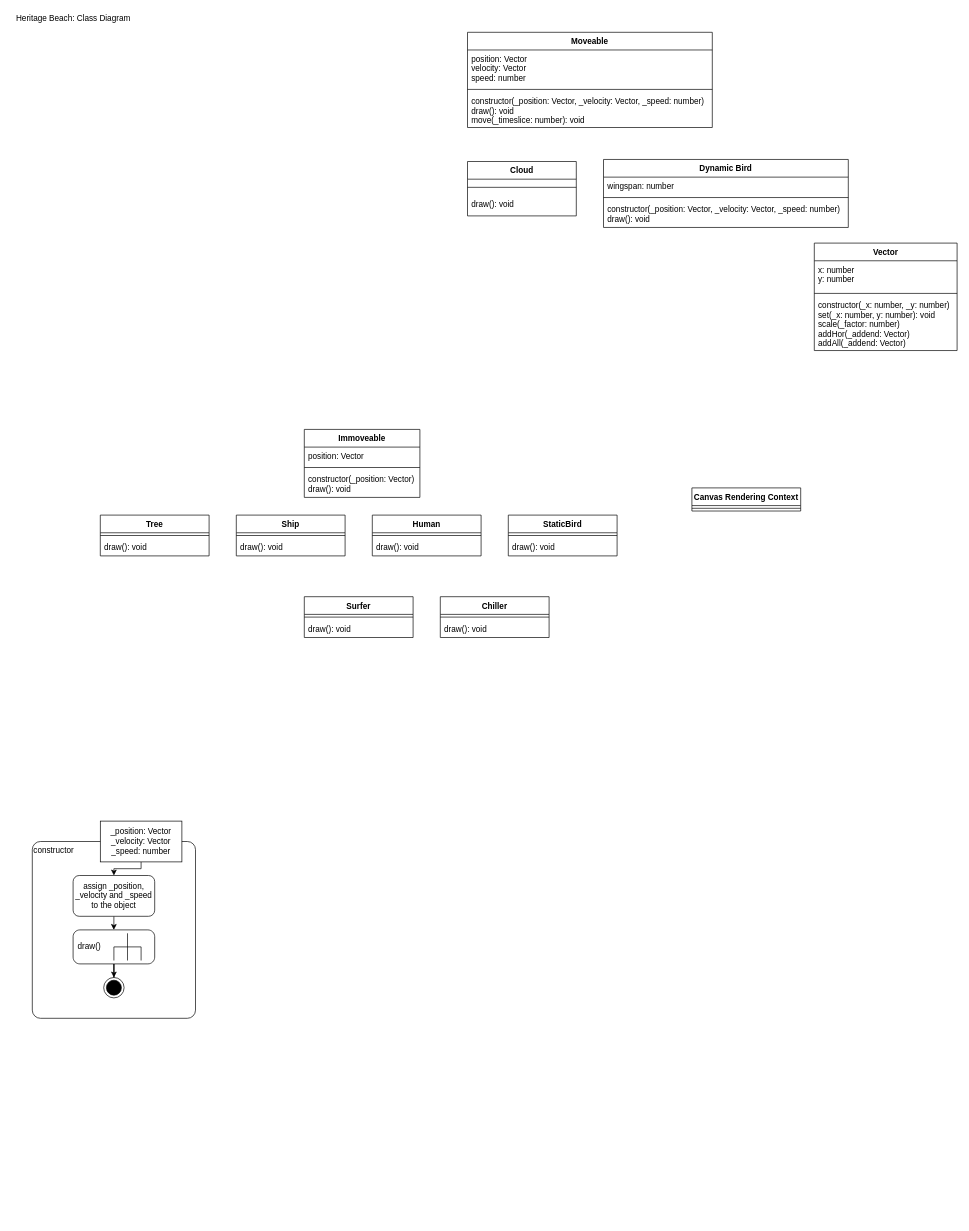
This is A09/HeritageBeachConcept.drawio from richamukasa/EIA2-SoSe2022, a draw.io file, before an edit. Source tidied: cells renumbered, new cells numbered last; positions are measured from the earlier drawing's top-left corner, leaving out a move shared by most shapes. Both pictures are drawn from the tidied source at 68%, with x=0, y=0 at pixel (12, 12).
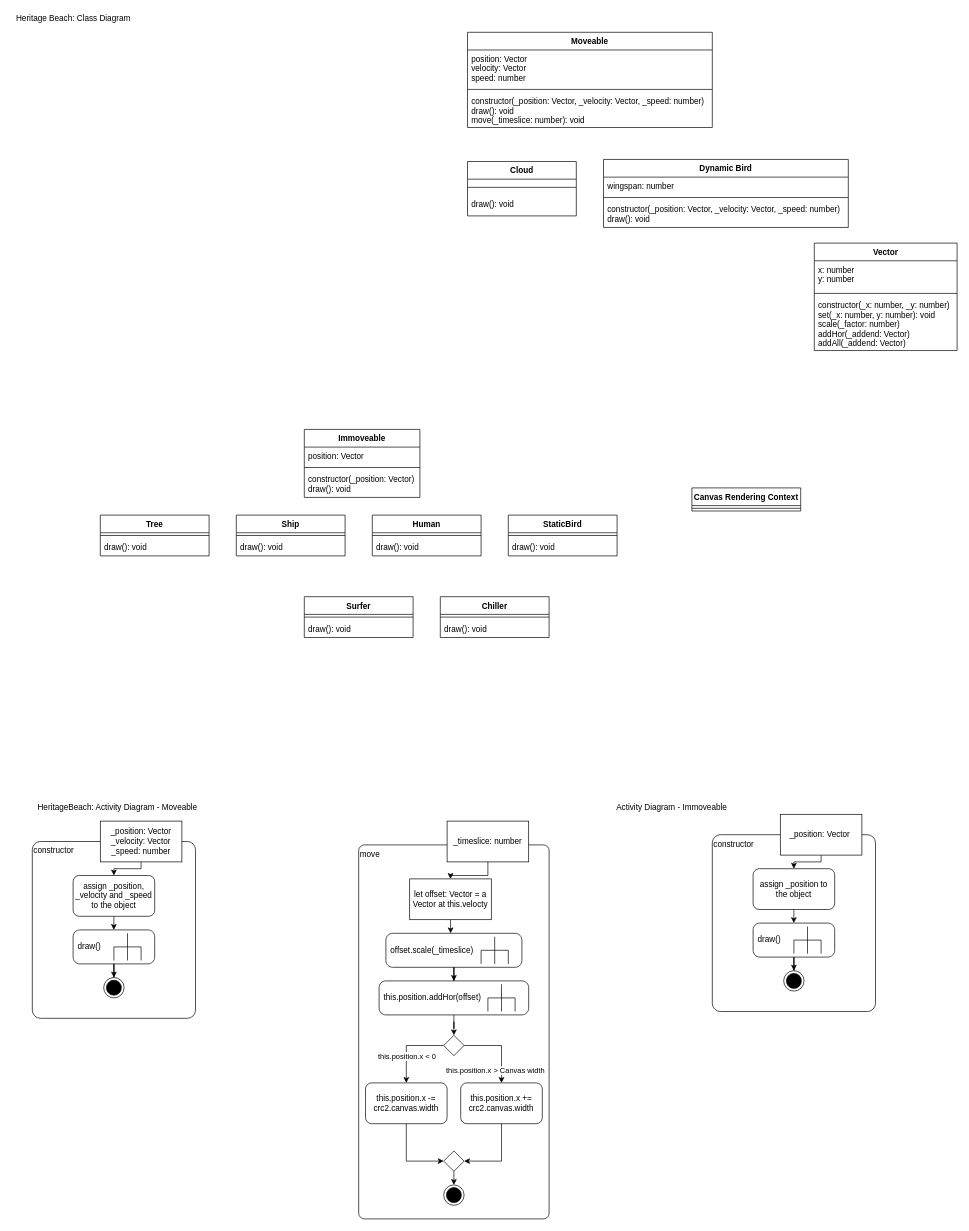
Above is the later version.

Diff of the diagram source:
```diff
@@
+    <mxCell id="50" style="group;" parent="1" vertex="1">
+      <mxGeometry x="30" y="1190" width="240" height="290" as="geometry" />
+    </mxCell>
-    <mxCell id="42" value="constructor" style="rounded=1;whiteSpace=wrap;html=1;align=left;verticalAlign=top;arcSize=5;" parent="1" vertex="1">
-      <mxGeometry x="30" y="1220" width="240" height="260" as="geometry" />
+    <mxCell id="42" value="constructor" style="rounded=1;whiteSpace=wrap;html=1;align=left;verticalAlign=top;arcSize=5;" parent="50" vertex="1">
+      <mxGeometry y="30" width="240" height="260" as="geometry" />
     </mxCell>
+    <mxCell id="44" value="_position: Vector _velocity: Vector&lt;br&gt;_speed: number" style="rounded=0;whiteSpace=wrap;html=1;" parent="50" vertex="1">
+      <mxGeometry x="100" width="120" height="60" as="geometry" />
+    </mxCell>
+    <mxCell id="46" value="assign _position, _velocity and _speed to the object" style="rounded=1;whiteSpace=wrap;html=1;" parent="50" vertex="1">
+      <mxGeometry x="60" y="80" width="120" height="60" as="geometry" />
+    </mxCell>
-    <mxCell id="43" style="edgeStyle=orthogonalEdgeStyle;rounded=0;jettySize=auto;html=1;exitX=0.5;exitY=1;exitDx=0;exitDy=0;entryX=0.5;entryY=0;entryDx=0;entryDy=0;" parent="1" edge="1" source="44" target="46">
+    <mxCell id="43" style="edgeStyle=orthogonalEdgeStyle;rounded=0;jettySize=auto;html=1;exitX=0.5;exitY=1;exitDx=0;exitDy=0;entryX=0.5;entryY=0;entryDx=0;entryDy=0;" parent="50" edge="1" source="44" target="46">
       <mxGeometry relative="1" as="geometry">
         <Array as="points">
-          <mxPoint x="190" y="1260" />
-          <mxPoint x="150" y="1260" />
+          <mxPoint x="160" y="70" />
+          <mxPoint x="120" y="70" />
         </Array>
       </mxGeometry>
     </mxCell>
-    <mxCell id="44" value="_position: Vector _velocity: Vector&lt;br&gt;_speed: number" style="rounded=0;whiteSpace=wrap;html=1;" parent="1" vertex="1">
-      <mxGeometry x="130" y="1190" width="120" height="60" as="geometry" />
-    </mxCell>
+    <mxCell id="48" value="draw()" style="shape=mxgraph.uml25.behaviorAction;html=1;rounded=1;absoluteArcSize=1;arcSize=10;align=left;spacingLeft=5;" parent="50" vertex="1">
+      <mxGeometry x="60" y="160" width="120" height="50" as="geometry" />
+    </mxCell>
-    <mxCell id="45" style="edgeStyle=orthogonalEdgeStyle;rounded=0;jettySize=auto;html=1;exitX=0.5;exitY=1;exitDx=0;exitDy=0;entryX=0.499;entryY=0;entryDx=0;entryDy=0;entryPerimeter=0;" parent="1" edge="1" source="46" target="48">
+    <mxCell id="45" style="edgeStyle=orthogonalEdgeStyle;rounded=0;jettySize=auto;html=1;exitX=0.5;exitY=1;exitDx=0;exitDy=0;entryX=0.499;entryY=0;entryDx=0;entryDy=0;entryPerimeter=0;" parent="50" edge="1" source="46" target="48">
       <mxGeometry relative="1" as="geometry" />
     </mxCell>
-    <mxCell id="46" value="assign _position, _velocity and _speed to the object" style="rounded=1;whiteSpace=wrap;html=1;" parent="1" vertex="1">
-      <mxGeometry x="90" y="1270" width="120" height="60" as="geometry" />
-    </mxCell>
+    <mxCell id="49" style="ellipse;html=1;shape=endState;fillColor=#000000;strokeColor=#000000;" parent="50" vertex="1">
+      <mxGeometry x="105" y="230" width="30" height="30" as="geometry" />
+    </mxCell>
-    <mxCell id="47" style="edgeStyle=orthogonalEdgeStyle;rounded=0;jettySize=auto;html=1;entryX=0.5;entryY=0;entryDx=0;entryDy=0;" parent="1" edge="1" source="48" target="49">
+    <mxCell id="47" style="edgeStyle=orthogonalEdgeStyle;rounded=0;jettySize=auto;html=1;entryX=0.5;entryY=0;entryDx=0;entryDy=0;" parent="50" edge="1" source="48" target="49">
       <mxGeometry relative="1" as="geometry" />
     </mxCell>
-    <mxCell id="48" value="draw()" style="shape=mxgraph.uml25.behaviorAction;html=1;rounded=1;absoluteArcSize=1;arcSize=10;align=left;spacingLeft=5;" parent="1" vertex="1">
-      <mxGeometry x="90" y="1350" width="120" height="50" as="geometry" />
-    </mxCell>
-    <mxCell id="49" style="ellipse;html=1;shape=endState;fillColor=#000000;strokeColor=#000000;" parent="1" vertex="1">
-      <mxGeometry x="135" y="1420" width="30" height="30" as="geometry" />
-    </mxCell>
+    <mxCell id="51" style="group;" parent="1" vertex="1">
+      <mxGeometry x="510" y="1190" width="280" height="585" as="geometry" />
+    </mxCell>
+    <mxCell id="52" value="move" style="rounded=1;whiteSpace=wrap;html=1;align=left;verticalAlign=top;arcSize=3;" parent="51" vertex="1">
+      <mxGeometry y="35" width="280" height="550" as="geometry" />
+    </mxCell>
+    <mxCell id="53" value="_timeslice: number" style="rounded=0;whiteSpace=wrap;html=1;" parent="51" vertex="1">
+      <mxGeometry x="130" width="120" height="60" as="geometry" />
+    </mxCell>
+    <mxCell id="54" value="let offset: Vector = a Vector at this.velocty" style="rounded=0;whiteSpace=wrap;html=1;" parent="51" vertex="1">
+      <mxGeometry x="75" y="85" width="120" height="60" as="geometry" />
+    </mxCell>
+    <mxCell id="55" style="edgeStyle=orthogonalEdgeStyle;rounded=0;jettySize=auto;html=1;exitX=0.5;exitY=1;exitDx=0;exitDy=0;entryX=0.5;entryY=0;entryDx=0;entryDy=0;" parent="51" edge="1" source="53" target="54">
+      <mxGeometry relative="1" as="geometry" />
+    </mxCell>
+    <mxCell id="56" value="offset.scale(_timeslice)" style="shape=mxgraph.uml25.behaviorAction;html=1;rounded=1;absoluteArcSize=1;arcSize=10;align=left;spacingLeft=5;" parent="51" vertex="1">
+      <mxGeometry x="40" y="165" width="200" height="50" as="geometry" />
+    </mxCell>
+    <mxCell id="57" style="edgeStyle=orthogonalEdgeStyle;rounded=0;jettySize=auto;html=1;exitX=0.5;exitY=1;exitDx=0;exitDy=0;entryX=0.476;entryY=0;entryDx=0;entryDy=0;entryPerimeter=0;" parent="51" edge="1" source="54" target="56">
+      <mxGeometry relative="1" as="geometry" />
+    </mxCell>
+    <mxCell id="58" value="this.position.addHor(offset)" style="shape=mxgraph.uml25.behaviorAction;html=1;rounded=1;absoluteArcSize=1;arcSize=10;align=left;spacingLeft=5;" parent="51" vertex="1">
+      <mxGeometry x="30" y="235" width="220" height="50" as="geometry" />
+    </mxCell>
+    <mxCell id="59" style="edgeStyle=orthogonalEdgeStyle;rounded=0;jettySize=auto;html=1;entryX=0.5;entryY=0;entryDx=0;entryDy=0;entryPerimeter=0;" parent="51" edge="1" source="56" target="58">
+      <mxGeometry relative="1" as="geometry" />
+    </mxCell>
+    <mxCell id="60" style="rhombus;whiteSpace=wrap;html=1;" parent="51" vertex="1">
+      <mxGeometry x="125" y="315" width="30" height="30" as="geometry" />
+    </mxCell>
+    <mxCell id="61" style="edgeStyle=orthogonalEdgeStyle;rounded=0;jettySize=auto;html=1;entryX=0.5;entryY=0;entryDx=0;entryDy=0;" parent="51" edge="1" source="58" target="60">
+      <mxGeometry relative="1" as="geometry" />
+    </mxCell>
+    <mxCell id="62" value="this.position.x += crc2.canvas.width" style="rounded=1;whiteSpace=wrap;html=1;" parent="51" vertex="1">
+      <mxGeometry x="150" y="385" width="120" height="60" as="geometry" />
+    </mxCell>
+    <mxCell id="63" style="edgeStyle=orthogonalEdgeStyle;rounded=0;jettySize=auto;html=1;exitX=1;exitY=0.5;exitDx=0;exitDy=0;entryX=0.5;entryY=0;entryDx=0;entryDy=0;" parent="51" edge="1" source="60" target="62">
+      <mxGeometry relative="1" as="geometry" />
+    </mxCell>
+    <mxCell id="64" value="this.position.x &amp;gt; Canvas width" style="edgeLabel;html=1;align=center;verticalAlign=middle;" parent="63" vertex="1">
+      <mxGeometry x="0.3" y="-1" relative="1" as="geometry">
+        <mxPoint x="-9" y="19" as="offset" />
+      </mxGeometry>
+    </mxCell>
+    <mxCell id="65" value="this.position.x -= crc2.canvas.width" style="rounded=1;whiteSpace=wrap;html=1;" parent="51" vertex="1">
+      <mxGeometry x="10" y="385" width="120" height="60" as="geometry" />
+    </mxCell>
+    <mxCell id="66" style="edgeStyle=orthogonalEdgeStyle;rounded=0;jettySize=auto;html=1;exitX=0;exitY=0.5;exitDx=0;exitDy=0;entryX=0.5;entryY=0;entryDx=0;entryDy=0;" parent="51" edge="1" source="60" target="65">
+      <mxGeometry relative="1" as="geometry" />
+    </mxCell>
+    <mxCell id="67" value="this.position.x &amp;lt; 0" style="edgeLabel;html=1;align=center;verticalAlign=middle;" parent="66" vertex="1">
+      <mxGeometry x="0.31" y="1" relative="1" as="geometry">
+        <mxPoint x="-1" y="-2" as="offset" />
+      </mxGeometry>
+    </mxCell>
+    <mxCell id="68" style="rhombus;whiteSpace=wrap;html=1;" parent="51" vertex="1">
+      <mxGeometry x="125" y="485" width="30" height="30" as="geometry" />
+    </mxCell>
+    <mxCell id="69" style="edgeStyle=orthogonalEdgeStyle;rounded=0;jettySize=auto;html=1;exitX=0.5;exitY=1;exitDx=0;exitDy=0;entryX=1;entryY=0.5;entryDx=0;entryDy=0;" parent="51" edge="1" source="62" target="68">
+      <mxGeometry relative="1" as="geometry" />
+    </mxCell>
+    <mxCell id="70" style="edgeStyle=orthogonalEdgeStyle;rounded=0;jettySize=auto;html=1;exitX=0.5;exitY=1;exitDx=0;exitDy=0;entryX=0;entryY=0.5;entryDx=0;entryDy=0;" parent="51" edge="1" source="65" target="68">
+      <mxGeometry relative="1" as="geometry" />
+    </mxCell>
+    <mxCell id="71" style="ellipse;html=1;shape=endState;fillColor=#000000;strokeColor=#000000;" parent="51" vertex="1">
+      <mxGeometry x="125" y="535" width="30" height="30" as="geometry" />
+    </mxCell>
+    <mxCell id="72" style="edgeStyle=orthogonalEdgeStyle;rounded=0;jettySize=auto;html=1;exitX=0.5;exitY=1;exitDx=0;exitDy=0;entryX=0.5;entryY=0;entryDx=0;entryDy=0;" parent="51" edge="1" source="68" target="71">
+      <mxGeometry relative="1" as="geometry" />
+    </mxCell>
+    <mxCell id="73" value="HeritageBeach: Activity Diagram - Moveable" style="text;html=1;align=center;verticalAlign=middle;strokeColor=none;fillColor=none;" parent="1" vertex="1">
+      <mxGeometry x="30" y="1160" width="250" height="20" as="geometry" />
+    </mxCell>
+    <mxCell id="74" style="group;" parent="1" vertex="1">
+      <mxGeometry x="1030" y="1180" width="240" height="290" as="geometry" />
+    </mxCell>
+    <mxCell id="75" value="constructor" style="rounded=1;whiteSpace=wrap;html=1;align=left;verticalAlign=top;arcSize=5;" parent="74" vertex="1">
+      <mxGeometry y="30" width="240" height="260" as="geometry" />
+    </mxCell>
+    <mxCell id="76" value="_position: Vector&amp;nbsp;" style="rounded=0;whiteSpace=wrap;html=1;" parent="74" vertex="1">
+      <mxGeometry x="100" width="120" height="60" as="geometry" />
+    </mxCell>
+    <mxCell id="77" value="assign _position to the object" style="rounded=1;whiteSpace=wrap;html=1;" parent="74" vertex="1">
+      <mxGeometry x="60" y="80" width="120" height="60" as="geometry" />
+    </mxCell>
+    <mxCell id="78" style="edgeStyle=orthogonalEdgeStyle;rounded=0;jettySize=auto;html=1;exitX=0.5;exitY=1;exitDx=0;exitDy=0;entryX=0.5;entryY=0;entryDx=0;entryDy=0;" parent="74" edge="1" source="76" target="77">
+      <mxGeometry relative="1" as="geometry">
+        <Array as="points">
+          <mxPoint x="160" y="70" />
+          <mxPoint x="120" y="70" />
+        </Array>
+      </mxGeometry>
+    </mxCell>
+    <mxCell id="79" value="draw()" style="shape=mxgraph.uml25.behaviorAction;html=1;rounded=1;absoluteArcSize=1;arcSize=10;align=left;spacingLeft=5;" parent="74" vertex="1">
+      <mxGeometry x="60" y="160" width="120" height="50" as="geometry" />
+    </mxCell>
+    <mxCell id="80" style="edgeStyle=orthogonalEdgeStyle;rounded=0;jettySize=auto;html=1;exitX=0.5;exitY=1;exitDx=0;exitDy=0;entryX=0.499;entryY=0;entryDx=0;entryDy=0;entryPerimeter=0;" parent="74" edge="1" source="77" target="79">
+      <mxGeometry relative="1" as="geometry" />
+    </mxCell>
+    <mxCell id="81" style="ellipse;html=1;shape=endState;fillColor=#000000;strokeColor=#000000;" parent="74" vertex="1">
+      <mxGeometry x="105" y="230" width="30" height="30" as="geometry" />
+    </mxCell>
+    <mxCell id="82" style="edgeStyle=orthogonalEdgeStyle;rounded=0;jettySize=auto;html=1;entryX=0.5;entryY=0;entryDx=0;entryDy=0;" parent="74" edge="1" source="79" target="81">
+      <mxGeometry relative="1" as="geometry" />
+    </mxCell>
+    <mxCell id="83" value="Activity Diagram - Immoveable" style="text;html=1;align=center;verticalAlign=middle;strokeColor=none;fillColor=none;" parent="1" vertex="1">
+      <mxGeometry x="880" y="1160" width="180" height="20" as="geometry" />
+    </mxCell>
```
